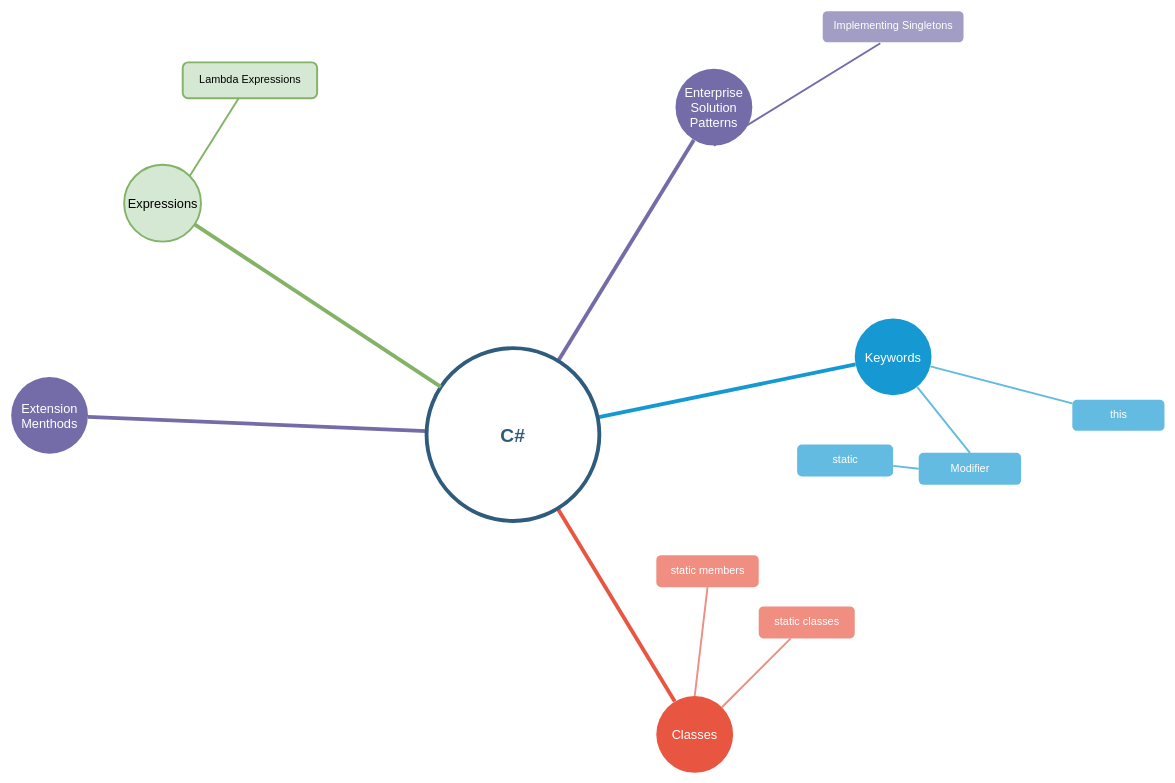
This is CSharp/C#.drawio from muksiddheswar/Mind-Maps, a draw.io file, before an edit. Source tidied: cells renumbered, new cells numbered last; positions are measured from the earlier drawing's top-left corner, leaving out a move shared by most shapes. Both pictures are drawn from the tidied source at 64%, with x=0, y=0 at pixel (11, 11).
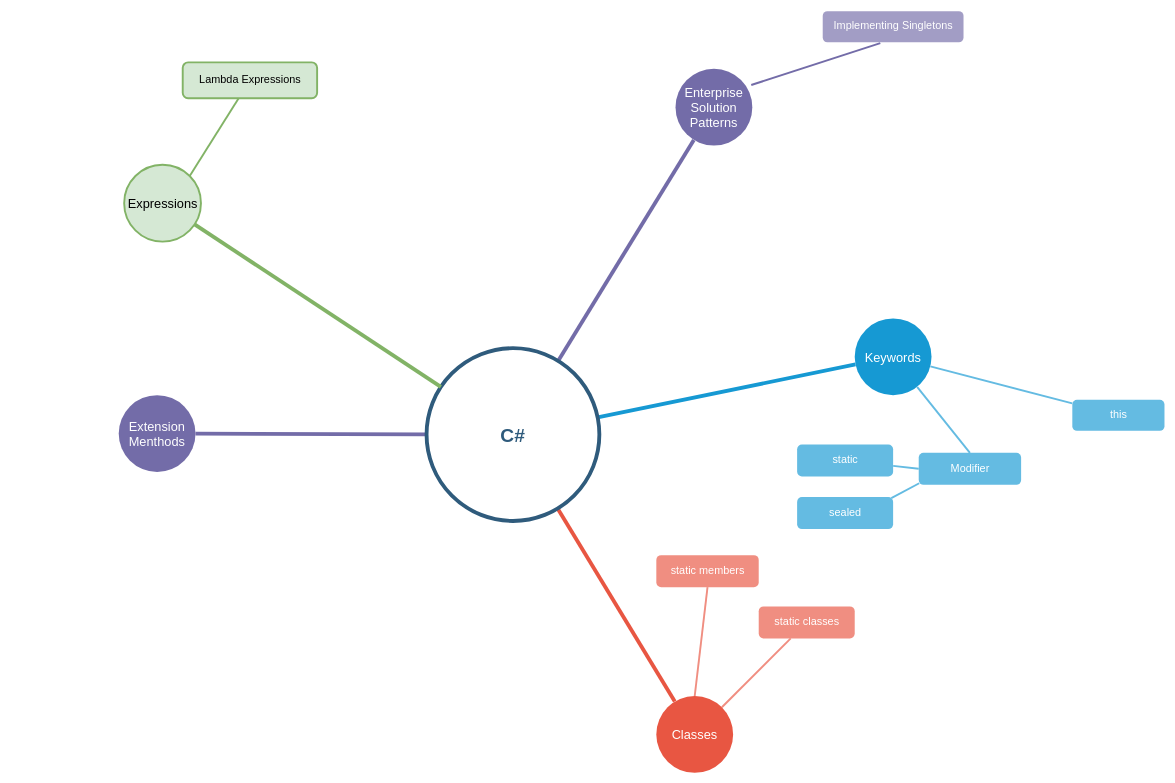
After the change.

The change refers to these unchanged cells:
```xml
<mxCell id="3" value="Enterprise Solution Patterns" style="ellipse;whiteSpace=wrap;html=1;shadow=0;fontFamily=Helvetica;fontSize=20;fontColor=#FFFFFF;align=center;strokeWidth=3;fillColor=#736ca8;strokeColor=none;" parent="1" vertex="1">
  <mxGeometry x="1038" y="90" width="120" height="120" as="geometry" />
</mxCell>
<mxCell id="17" value="Modifier" style="rounded=1;fillColor=#64BBE2;strokeColor=none;strokeWidth=3;shadow=0;html=1;fontColor=#FFFFFF;fontSize=17;" parent="1" vertex="1">
  <mxGeometry x="1418" y="690" width="160" height="50" as="geometry" />
</mxCell>
```

Diff of the diagram source:
```diff
@@
     <mxCell id="16" value="Extension Menthods" style="ellipse;whiteSpace=wrap;html=1;shadow=0;fontFamily=Helvetica;fontSize=20;fontColor=#FFFFFF;align=center;strokeWidth=3;fillColor=#736ca8;strokeColor=none;" parent="1" vertex="1">
-      <mxGeometry y="571.5" width="120" height="120" as="geometry" />
+      <mxGeometry x="168" y="600" width="120" height="120" as="geometry" />
     </mxCell>
@@
-    <mxCell id="21" style="endArrow=none;strokeWidth=3;strokeColor=#736ca8;html=1;entryX=0.5;entryY=1;entryDx=0;entryDy=0;" parent="1" edge="1" target="3">
+    <mxCell id="21" style="endArrow=none;strokeWidth=3;strokeColor=#736ca8;html=1;entryX=0.986;entryY=0.211;entryDx=0;entryDy=0;entryPerimeter=0;" parent="1" edge="1" target="3">
       <mxGeometry relative="1" as="geometry">
         <mxPoint x="1358" y="50" as="sourcePoint" />
       </mxGeometry>
     </mxCell>
@@
+    <mxCell id="27" value="sealed" style="rounded=1;fillColor=#64BBE2;strokeColor=none;strokeWidth=3;shadow=0;html=1;fontColor=#FFFFFF;fontSize=17;" parent="1" vertex="1">
+      <mxGeometry x="1228" y="759.2" width="150" height="50" as="geometry" />
+    </mxCell>
+    <mxCell id="28" style="edgeStyle=none;endArrow=none;strokeWidth=3;strokeColor=#64BBE2;html=1;entryX=0.005;entryY=0.952;entryDx=0;entryDy=0;entryPerimeter=0;exitX=0.981;exitY=0.032;exitDx=0;exitDy=0;exitPerimeter=0;" parent="1" edge="1" source="27" target="17">
+      <mxGeometry x="-4" y="216.5" as="geometry" />
+    </mxCell>
```
